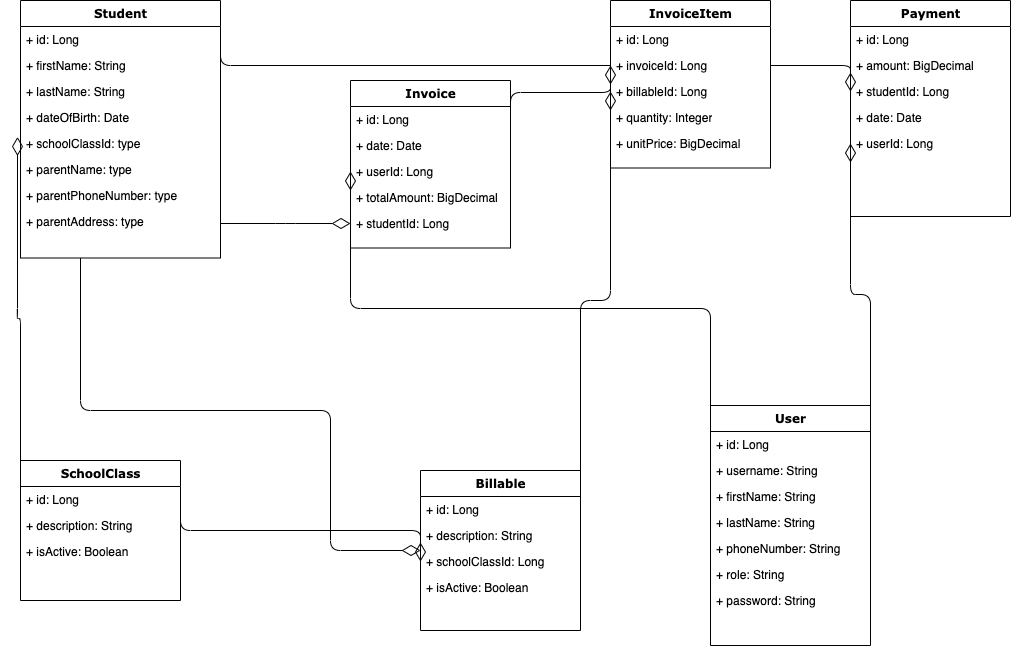
Before: ER.drawio.png, a diagram exported from draw.io (graccasoft/school-invoicing). Source tidied: cells renumbered, new cells last; positions are measured from the earlier drawing's top-left corner, leaving out a move shared by most shapes. The source it was exported from:
```xml
<mxGraphModel>
  <root>
    <mxCell id="0" />
    <mxCell id="1" parent="0" />
    <mxCell id="2" style="edgeStyle=orthogonalEdgeStyle;html=1;labelBackgroundColor=none;startFill=0;startSize=8;endArrow=diamondThin;endFill=0;endSize=16;fontFamily=Verdana;fontSize=12;" parent="1" edge="1" source="3" target="32">
      <mxGeometry relative="1" as="geometry">
        <Array as="points">
          <mxPoint x="60" y="410" />
          <mxPoint x="310" y="410" />
        </Array>
      </mxGeometry>
    </mxCell>
    <mxCell id="3" value="Student" style="swimlane;html=1;fontStyle=1;align=center;verticalAlign=top;horizontal=1;startSize=26;swimlaneFillColor=#ffffff;rounded=0;shadow=0;comic=0;labelBackgroundColor=none;strokeWidth=1;fillColor=none;fontFamily=Verdana;fontSize=12;" parent="1" vertex="1">
      <mxGeometry width="200" height="257.5" as="geometry" />
    </mxCell>
    <mxCell id="4" value="+ id: Long" style="text;html=1;strokeColor=none;fillColor=none;align=left;verticalAlign=top;spacingLeft=4;spacingRight=4;whiteSpace=wrap;overflow=hidden;points=[[0,0.5],[1,0.5]];portConstraint=eastwest;" parent="3" vertex="1">
      <mxGeometry y="26" width="200" height="26" as="geometry" />
    </mxCell>
    <mxCell id="5" value="+ firstName: String" style="text;html=1;strokeColor=none;fillColor=none;align=left;verticalAlign=top;spacingLeft=4;spacingRight=4;whiteSpace=wrap;overflow=hidden;" parent="3" vertex="1">
      <mxGeometry y="52" width="200" height="26" as="geometry" />
    </mxCell>
    <mxCell id="6" value="+ lastName: String" style="text;html=1;strokeColor=none;fillColor=none;align=left;verticalAlign=top;spacingLeft=4;spacingRight=4;whiteSpace=wrap;overflow=hidden;" parent="3" vertex="1">
      <mxGeometry y="78" width="200" height="26" as="geometry" />
    </mxCell>
    <mxCell id="7" value="+ dateOfBirth: Date" style="text;html=1;strokeColor=none;fillColor=none;align=left;verticalAlign=top;spacingLeft=4;spacingRight=4;whiteSpace=wrap;overflow=hidden;" parent="3" vertex="1">
      <mxGeometry y="104" width="200" height="26" as="geometry" />
    </mxCell>
    <mxCell id="8" value="+ schoolClassId: type" style="text;html=1;strokeColor=none;fillColor=none;align=left;verticalAlign=top;spacingLeft=4;spacingRight=4;whiteSpace=wrap;overflow=hidden;points=[[0,0.5],[1,0.5]];portConstraint=eastwest;" parent="3" vertex="1">
      <mxGeometry y="130" width="200" height="26" as="geometry" />
    </mxCell>
    <mxCell id="9" value="+ parentName: type" style="text;html=1;strokeColor=none;fillColor=none;align=left;verticalAlign=top;spacingLeft=4;spacingRight=4;whiteSpace=wrap;overflow=hidden;" parent="3" vertex="1">
      <mxGeometry y="156" width="200" height="26" as="geometry" />
    </mxCell>
    <mxCell id="10" value="+ parentPhoneNumber: type" style="text;html=1;strokeColor=none;fillColor=none;align=left;verticalAlign=top;spacingLeft=4;spacingRight=4;whiteSpace=wrap;overflow=hidden;" parent="3" vertex="1">
      <mxGeometry y="182" width="200" height="26" as="geometry" />
    </mxCell>
    <mxCell id="11" value="+ parentAddress: type" style="text;html=1;strokeColor=none;fillColor=none;align=left;verticalAlign=top;spacingLeft=4;spacingRight=4;whiteSpace=wrap;overflow=hidden;" parent="3" vertex="1">
      <mxGeometry y="208" width="200" height="26" as="geometry" />
    </mxCell>
    <mxCell id="12" value="Invoice" style="swimlane;html=1;fontStyle=1;align=center;verticalAlign=top;horizontal=1;startSize=26;swimlaneFillColor=#ffffff;rounded=0;shadow=0;comic=0;labelBackgroundColor=none;strokeWidth=1;fillColor=none;fontFamily=Verdana;fontSize=12;" parent="1" vertex="1">
      <mxGeometry x="330" y="80" width="160" height="167.5" as="geometry" />
    </mxCell>
    <mxCell id="13" value="+ id: Long" style="text;html=1;strokeColor=none;fillColor=none;align=left;verticalAlign=top;spacingLeft=4;spacingRight=4;whiteSpace=wrap;overflow=hidden;points=[[0,0.5],[1,0.5]];portConstraint=eastwest;" parent="12" vertex="1">
      <mxGeometry y="26" width="160" height="26" as="geometry" />
    </mxCell>
    <mxCell id="14" value="+ date: Date" style="text;html=1;strokeColor=none;fillColor=none;align=left;verticalAlign=top;spacingLeft=4;spacingRight=4;whiteSpace=wrap;overflow=hidden;" parent="12" vertex="1">
      <mxGeometry y="52" width="160" height="26" as="geometry" />
    </mxCell>
    <mxCell id="15" value="+ userId: Long" style="text;html=1;strokeColor=none;fillColor=none;align=left;verticalAlign=top;spacingLeft=4;spacingRight=4;whiteSpace=wrap;overflow=hidden;points=[[0,0.5],[1,0.5]];portConstraint=eastwest;" parent="12" vertex="1">
      <mxGeometry y="78" width="160" height="26" as="geometry" />
    </mxCell>
    <mxCell id="16" value="+ totalAmount: BigDecimal" style="text;html=1;strokeColor=none;fillColor=none;align=left;verticalAlign=top;spacingLeft=4;spacingRight=4;whiteSpace=wrap;overflow=hidden;" parent="12" vertex="1">
      <mxGeometry y="104" width="160" height="26" as="geometry" />
    </mxCell>
    <mxCell id="17" value="+ studentId: Long" style="text;html=1;strokeColor=none;fillColor=none;align=left;verticalAlign=top;spacingLeft=4;spacingRight=4;whiteSpace=wrap;overflow=hidden;points=[[0,0.5],[1,0.5]];portConstraint=eastwest;" parent="12" vertex="1">
      <mxGeometry y="130" width="160" height="26" as="geometry" />
    </mxCell>
    <mxCell id="18" value="Payment" style="swimlane;html=1;fontStyle=1;align=center;verticalAlign=top;horizontal=1;startSize=26;swimlaneFillColor=#ffffff;rounded=0;shadow=0;comic=0;labelBackgroundColor=none;strokeWidth=1;fillColor=none;fontFamily=Verdana;fontSize=12;" parent="1" vertex="1">
      <mxGeometry x="830" width="160" height="216" as="geometry" />
    </mxCell>
    <mxCell id="19" value="+ id: Long" style="text;html=1;strokeColor=none;fillColor=none;align=left;verticalAlign=top;spacingLeft=4;spacingRight=4;whiteSpace=wrap;overflow=hidden;" parent="18" vertex="1">
      <mxGeometry y="26" width="160" height="26" as="geometry" />
    </mxCell>
    <mxCell id="20" value="+ amount: BigDecimal" style="text;html=1;strokeColor=none;fillColor=none;align=left;verticalAlign=top;spacingLeft=4;spacingRight=4;whiteSpace=wrap;overflow=hidden;" parent="18" vertex="1">
      <mxGeometry y="52" width="160" height="26" as="geometry" />
    </mxCell>
    <mxCell id="21" value="+ studentId: Long" style="text;html=1;strokeColor=none;fillColor=none;align=left;verticalAlign=top;spacingLeft=4;spacingRight=4;whiteSpace=wrap;overflow=hidden;points=[[0,0.5],[1,0.5]];portConstraint=eastwest;" parent="18" vertex="1">
      <mxGeometry y="78" width="160" height="26" as="geometry" />
    </mxCell>
    <mxCell id="22" value="+ date: Date" style="text;html=1;strokeColor=none;fillColor=none;align=left;verticalAlign=top;spacingLeft=4;spacingRight=4;whiteSpace=wrap;overflow=hidden;" parent="18" vertex="1">
      <mxGeometry y="104" width="160" height="26" as="geometry" />
    </mxCell>
    <mxCell id="23" value="+ userId: Long" style="text;html=1;strokeColor=none;fillColor=none;align=left;verticalAlign=top;spacingLeft=4;spacingRight=4;whiteSpace=wrap;overflow=hidden;points=[[0,0.5],[1,0.5]];portConstraint=eastwest;" parent="18" vertex="1">
      <mxGeometry y="130" width="160" height="26" as="geometry" />
    </mxCell>
    <mxCell id="24" value="User" style="swimlane;html=1;fontStyle=1;align=center;verticalAlign=top;horizontal=1;startSize=26;swimlaneFillColor=#ffffff;rounded=0;shadow=0;comic=0;labelBackgroundColor=none;strokeWidth=1;fillColor=none;fontFamily=Verdana;fontSize=12;" parent="1" vertex="1">
      <mxGeometry x="690" y="405" width="160" height="240" as="geometry" />
    </mxCell>
    <mxCell id="25" value="+ id: Long" style="text;html=1;strokeColor=none;fillColor=none;align=left;verticalAlign=top;spacingLeft=4;spacingRight=4;whiteSpace=wrap;overflow=hidden;points=[[0,0.5],[1,0.5]];portConstraint=eastwest;" parent="24" vertex="1">
      <mxGeometry y="26" width="160" height="26" as="geometry" />
    </mxCell>
    <mxCell id="26" value="+ username: String" style="text;html=1;strokeColor=none;fillColor=none;align=left;verticalAlign=top;spacingLeft=4;spacingRight=4;whiteSpace=wrap;overflow=hidden;" parent="24" vertex="1">
      <mxGeometry y="52" width="160" height="26" as="geometry" />
    </mxCell>
    <mxCell id="27" value="+ firstName: String" style="text;html=1;strokeColor=none;fillColor=none;align=left;verticalAlign=top;spacingLeft=4;spacingRight=4;whiteSpace=wrap;overflow=hidden;" parent="24" vertex="1">
      <mxGeometry y="78" width="160" height="26" as="geometry" />
    </mxCell>
    <mxCell id="28" value="+ lastName: String" style="text;html=1;strokeColor=none;fillColor=none;align=left;verticalAlign=top;spacingLeft=4;spacingRight=4;whiteSpace=wrap;overflow=hidden;" parent="24" vertex="1">
      <mxGeometry y="104" width="160" height="26" as="geometry" />
    </mxCell>
    <mxCell id="29" value="+ phoneNumber: String" style="text;html=1;strokeColor=none;fillColor=none;align=left;verticalAlign=top;spacingLeft=4;spacingRight=4;whiteSpace=wrap;overflow=hidden;" parent="24" vertex="1">
      <mxGeometry y="130" width="160" height="26" as="geometry" />
    </mxCell>
    <mxCell id="30" value="+ role: String" style="text;html=1;strokeColor=none;fillColor=none;align=left;verticalAlign=top;spacingLeft=4;spacingRight=4;whiteSpace=wrap;overflow=hidden;" parent="24" vertex="1">
      <mxGeometry y="156" width="160" height="26" as="geometry" />
    </mxCell>
    <mxCell id="31" value="+ password: String" style="text;html=1;strokeColor=none;fillColor=none;align=left;verticalAlign=top;spacingLeft=4;spacingRight=4;whiteSpace=wrap;overflow=hidden;" parent="24" vertex="1">
      <mxGeometry y="182" width="160" height="26" as="geometry" />
    </mxCell>
    <mxCell id="32" value="Billable" style="swimlane;html=1;fontStyle=1;align=center;verticalAlign=top;horizontal=1;startSize=26;swimlaneFillColor=#ffffff;rounded=0;shadow=0;comic=0;labelBackgroundColor=none;strokeWidth=1;fillColor=none;fontFamily=Verdana;fontSize=12;" parent="1" vertex="1">
      <mxGeometry x="400" y="470" width="160" height="160" as="geometry" />
    </mxCell>
    <mxCell id="33" value="+ id: Long" style="text;html=1;strokeColor=none;fillColor=none;align=left;verticalAlign=top;spacingLeft=4;spacingRight=4;whiteSpace=wrap;overflow=hidden;points=[[0,0.5],[1,0.5]];portConstraint=eastwest;" parent="32" vertex="1">
      <mxGeometry y="26" width="160" height="26" as="geometry" />
    </mxCell>
    <mxCell id="34" value="+ description: String" style="text;html=1;strokeColor=none;fillColor=none;align=left;verticalAlign=top;spacingLeft=4;spacingRight=4;whiteSpace=wrap;overflow=hidden;" parent="32" vertex="1">
      <mxGeometry y="52" width="160" height="26" as="geometry" />
    </mxCell>
    <mxCell id="35" value="+ schoolClassId: Long" style="text;html=1;strokeColor=none;fillColor=none;align=left;verticalAlign=top;spacingLeft=4;spacingRight=4;whiteSpace=wrap;overflow=hidden;points=[[0,0.5],[1,0.5]];portConstraint=eastwest;" parent="32" vertex="1">
      <mxGeometry y="78" width="160" height="26" as="geometry" />
    </mxCell>
    <mxCell id="36" value="+ isActive: Boolean" style="text;html=1;strokeColor=none;fillColor=none;align=left;verticalAlign=top;spacingLeft=4;spacingRight=4;whiteSpace=wrap;overflow=hidden;" parent="32" vertex="1">
      <mxGeometry y="104" width="160" height="26" as="geometry" />
    </mxCell>
    <mxCell id="37" style="edgeStyle=elbowEdgeStyle;html=1;labelBackgroundColor=none;startFill=0;startSize=8;endArrow=diamondThin;endFill=0;endSize=16;fontFamily=Verdana;fontSize=12;elbow=vertical;entryX=0;entryY=0.5;entryDx=0;entryDy=0;exitX=1;exitY=0.5;exitDx=0;exitDy=0;" parent="1" edge="1" source="4" target="21">
      <mxGeometry relative="1" as="geometry" />
    </mxCell>
    <mxCell id="38" style="edgeStyle=elbowEdgeStyle;html=1;labelBackgroundColor=none;startFill=0;startSize=8;endArrow=diamondThin;endFill=0;endSize=16;fontFamily=Verdana;fontSize=12;elbow=vertical;" parent="1" edge="1" source="3" target="17">
      <mxGeometry relative="1" as="geometry" />
    </mxCell>
    <mxCell id="39" value="SchoolClass" style="swimlane;html=1;fontStyle=1;align=center;verticalAlign=top;horizontal=1;startSize=26;swimlaneFillColor=#ffffff;rounded=0;shadow=0;comic=0;labelBackgroundColor=none;strokeWidth=1;fillColor=none;fontFamily=Verdana;fontSize=12;" parent="1" vertex="1">
      <mxGeometry y="460" width="160" height="140" as="geometry" />
    </mxCell>
    <mxCell id="40" value="+ id: Long" style="text;html=1;strokeColor=none;fillColor=none;align=left;verticalAlign=top;spacingLeft=4;spacingRight=4;whiteSpace=wrap;overflow=hidden;points=[[0,0.5],[1,0.5]];portConstraint=eastwest;" parent="39" vertex="1">
      <mxGeometry y="26" width="160" height="26" as="geometry" />
    </mxCell>
    <mxCell id="41" value="+ description: String" style="text;html=1;strokeColor=none;fillColor=none;align=left;verticalAlign=top;spacingLeft=4;spacingRight=4;whiteSpace=wrap;overflow=hidden;" parent="39" vertex="1">
      <mxGeometry y="52" width="160" height="26" as="geometry" />
    </mxCell>
    <mxCell id="42" value="+ isActive: Boolean" style="text;html=1;strokeColor=none;fillColor=none;align=left;verticalAlign=top;spacingLeft=4;spacingRight=4;whiteSpace=wrap;overflow=hidden;" parent="39" vertex="1">
      <mxGeometry y="78" width="160" height="26" as="geometry" />
    </mxCell>
    <mxCell id="43" value="InvoiceItem" style="swimlane;html=1;fontStyle=1;align=center;verticalAlign=top;horizontal=1;startSize=26;swimlaneFillColor=#ffffff;rounded=0;shadow=0;comic=0;labelBackgroundColor=none;strokeWidth=1;fillColor=none;fontFamily=Verdana;fontSize=12;" parent="1" vertex="1">
      <mxGeometry x="590" width="160" height="167.5" as="geometry" />
    </mxCell>
    <mxCell id="44" value="+ id: Long" style="text;html=1;strokeColor=none;fillColor=none;align=left;verticalAlign=top;spacingLeft=4;spacingRight=4;whiteSpace=wrap;overflow=hidden;" parent="43" vertex="1">
      <mxGeometry y="26" width="160" height="26" as="geometry" />
    </mxCell>
    <mxCell id="45" value="+ invoiceId: Long" style="text;html=1;strokeColor=none;fillColor=none;align=left;verticalAlign=top;spacingLeft=4;spacingRight=4;whiteSpace=wrap;overflow=hidden;points=[[0,0.5],[1,0.5]];portConstraint=eastwest;" parent="43" vertex="1">
      <mxGeometry y="52" width="160" height="26" as="geometry" />
    </mxCell>
    <mxCell id="46" value="+ billableId: Long" style="text;html=1;strokeColor=none;fillColor=none;align=left;verticalAlign=top;spacingLeft=4;spacingRight=4;whiteSpace=wrap;overflow=hidden;points=[[0,0.5],[1,0.5]];portConstraint=eastwest;" parent="43" vertex="1">
      <mxGeometry y="78" width="160" height="26" as="geometry" />
    </mxCell>
    <mxCell id="47" value="+ quantity: Integer" style="text;html=1;strokeColor=none;fillColor=none;align=left;verticalAlign=top;spacingLeft=4;spacingRight=4;whiteSpace=wrap;overflow=hidden;" parent="43" vertex="1">
      <mxGeometry y="104" width="160" height="26" as="geometry" />
    </mxCell>
    <mxCell id="48" value="+ unitPrice: BigDecimal" style="text;html=1;strokeColor=none;fillColor=none;align=left;verticalAlign=top;spacingLeft=4;spacingRight=4;whiteSpace=wrap;overflow=hidden;" parent="43" vertex="1">
      <mxGeometry y="130" width="160" height="26" as="geometry" />
    </mxCell>
    <mxCell id="49" style="edgeStyle=elbowEdgeStyle;html=1;labelBackgroundColor=none;startFill=0;startSize=8;endArrow=diamondThin;endFill=0;endSize=16;fontFamily=Verdana;fontSize=12;elbow=vertical;entryX=0;entryY=0.5;entryDx=0;entryDy=0;exitX=1;exitY=0.5;exitDx=0;exitDy=0;" parent="1" edge="1" source="13" target="45">
      <mxGeometry relative="1" as="geometry" />
    </mxCell>
    <mxCell id="50" style="edgeStyle=elbowEdgeStyle;html=1;labelBackgroundColor=none;startFill=0;startSize=8;endArrow=diamondThin;endFill=0;endSize=16;fontFamily=Verdana;fontSize=12;elbow=vertical;exitX=1;exitY=0.5;exitDx=0;exitDy=0;entryX=0;entryY=0.5;entryDx=0;entryDy=0;rounded=1;" parent="1" edge="1" source="33" target="46">
      <mxGeometry relative="1" as="geometry" />
    </mxCell>
    <mxCell id="51" style="edgeStyle=elbowEdgeStyle;html=1;labelBackgroundColor=none;startFill=0;startSize=8;endArrow=diamondThin;endFill=0;endSize=16;fontFamily=Verdana;fontSize=12;elbow=vertical;exitX=0;exitY=0.5;exitDx=0;exitDy=0;entryX=-0.015;entryY=0.25;entryDx=0;entryDy=0;entryPerimeter=0;" parent="1" edge="1" source="40" target="8">
      <mxGeometry relative="1" as="geometry" />
    </mxCell>
    <mxCell id="52" style="edgeStyle=elbowEdgeStyle;html=1;labelBackgroundColor=none;startFill=0;startSize=8;endArrow=diamondThin;endFill=0;endSize=16;fontFamily=Verdana;fontSize=12;elbow=vertical;entryX=0;entryY=0.5;entryDx=0;entryDy=0;exitX=1;exitY=0.5;exitDx=0;exitDy=0;" parent="1" edge="1" source="40" target="35">
      <mxGeometry relative="1" as="geometry" />
    </mxCell>
    <mxCell id="53" style="edgeStyle=elbowEdgeStyle;html=1;labelBackgroundColor=none;startFill=0;startSize=8;endArrow=diamondThin;endFill=0;endSize=16;fontFamily=Verdana;fontSize=12;elbow=vertical;entryX=0;entryY=0.5;entryDx=0;entryDy=0;exitX=1;exitY=0.5;exitDx=0;exitDy=0;" parent="1" edge="1" source="25" target="23">
      <mxGeometry relative="1" as="geometry" />
    </mxCell>
    <mxCell id="54" style="edgeStyle=elbowEdgeStyle;html=1;labelBackgroundColor=none;startFill=0;startSize=8;endArrow=diamondThin;endFill=0;endSize=16;fontFamily=Verdana;fontSize=12;elbow=vertical;entryX=0;entryY=0.5;entryDx=0;entryDy=0;exitX=0;exitY=0.5;exitDx=0;exitDy=0;" parent="1" edge="1" source="25" target="15">
      <mxGeometry relative="1" as="geometry" />
    </mxCell>
  </root>
</mxGraphModel>
```
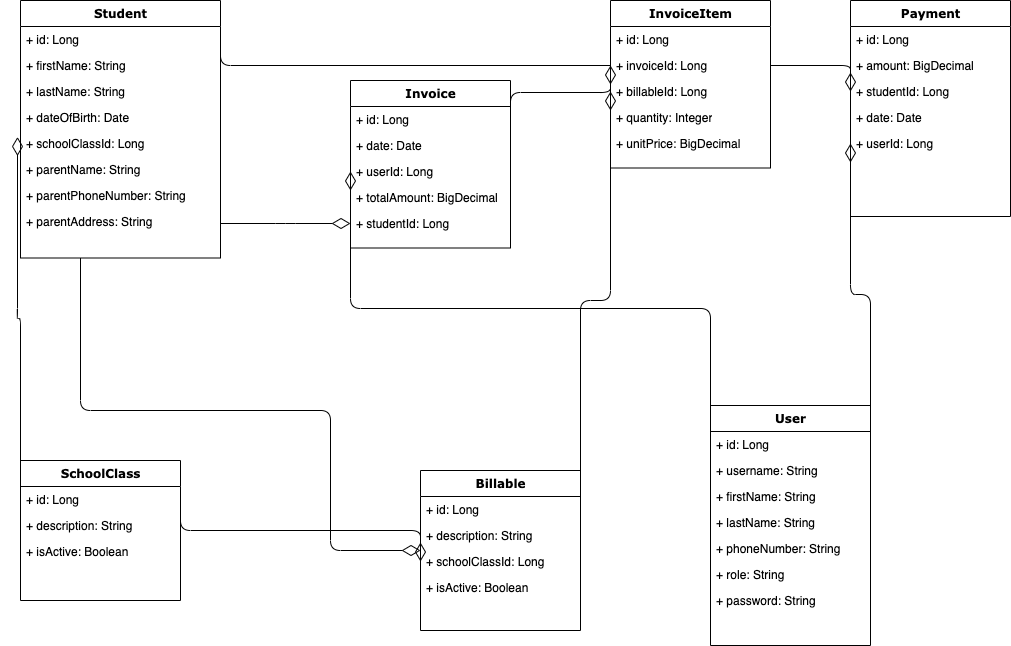
After the commit.

What changed in the source:
```diff
@@ -25,16 +25,16 @@
     <mxCell id="7" value="+ dateOfBirth: Date" style="text;html=1;strokeColor=none;fillColor=none;align=left;verticalAlign=top;spacingLeft=4;spacingRight=4;whiteSpace=wrap;overflow=hidden;" parent="3" vertex="1">
       <mxGeometry y="104" width="200" height="26" as="geometry" />
     </mxCell>
-    <mxCell id="8" value="+ schoolClassId: type" style="text;html=1;strokeColor=none;fillColor=none;align=left;verticalAlign=top;spacingLeft=4;spacingRight=4;whiteSpace=wrap;overflow=hidden;points=[[0,0.5],[1,0.5]];portConstraint=eastwest;" parent="3" vertex="1">
+    <mxCell id="8" value="+ schoolClassId: Long" style="text;html=1;strokeColor=none;fillColor=none;align=left;verticalAlign=top;spacingLeft=4;spacingRight=4;whiteSpace=wrap;overflow=hidden;points=[[0,0.5],[1,0.5]];portConstraint=eastwest;" parent="3" vertex="1">
       <mxGeometry y="130" width="200" height="26" as="geometry" />
     </mxCell>
-    <mxCell id="9" value="+ parentName: type" style="text;html=1;strokeColor=none;fillColor=none;align=left;verticalAlign=top;spacingLeft=4;spacingRight=4;whiteSpace=wrap;overflow=hidden;" parent="3" vertex="1">
+    <mxCell id="9" value="+ parentName: String" style="text;html=1;strokeColor=none;fillColor=none;align=left;verticalAlign=top;spacingLeft=4;spacingRight=4;whiteSpace=wrap;overflow=hidden;" parent="3" vertex="1">
       <mxGeometry y="156" width="200" height="26" as="geometry" />
     </mxCell>
-    <mxCell id="10" value="+ parentPhoneNumber: type" style="text;html=1;strokeColor=none;fillColor=none;align=left;verticalAlign=top;spacingLeft=4;spacingRight=4;whiteSpace=wrap;overflow=hidden;" parent="3" vertex="1">
+    <mxCell id="10" value="+ parentPhoneNumber: String" style="text;html=1;strokeColor=none;fillColor=none;align=left;verticalAlign=top;spacingLeft=4;spacingRight=4;whiteSpace=wrap;overflow=hidden;" parent="3" vertex="1">
       <mxGeometry y="182" width="200" height="26" as="geometry" />
     </mxCell>
-    <mxCell id="11" value="+ parentAddress: type" style="text;html=1;strokeColor=none;fillColor=none;align=left;verticalAlign=top;spacingLeft=4;spacingRight=4;whiteSpace=wrap;overflow=hidden;" parent="3" vertex="1">
+    <mxCell id="11" value="+ parentAddress: String" style="text;html=1;strokeColor=none;fillColor=none;align=left;verticalAlign=top;spacingLeft=4;spacingRight=4;whiteSpace=wrap;overflow=hidden;" parent="3" vertex="1">
       <mxGeometry y="208" width="200" height="26" as="geometry" />
     </mxCell>
     <mxCell id="12" value="Invoice" style="swimlane;html=1;fontStyle=1;align=center;verticalAlign=top;horizontal=1;startSize=26;swimlaneFillColor=#ffffff;rounded=0;shadow=0;comic=0;labelBackgroundColor=none;strokeWidth=1;fillColor=none;fontFamily=Verdana;fontSize=12;" parent="1" vertex="1">
```
